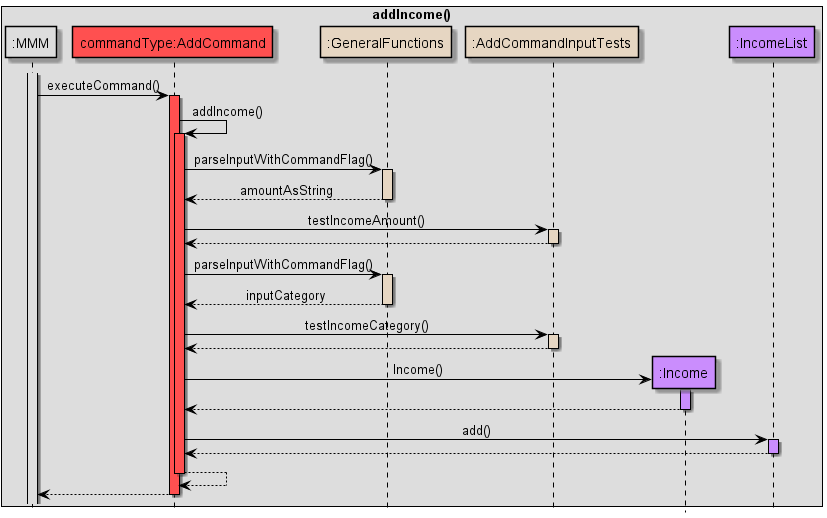
Above: docs/images/AddIncomeSequenceDiagram.png in nus-cs2113-AY2122S2/tp (PlantUML), before the change.
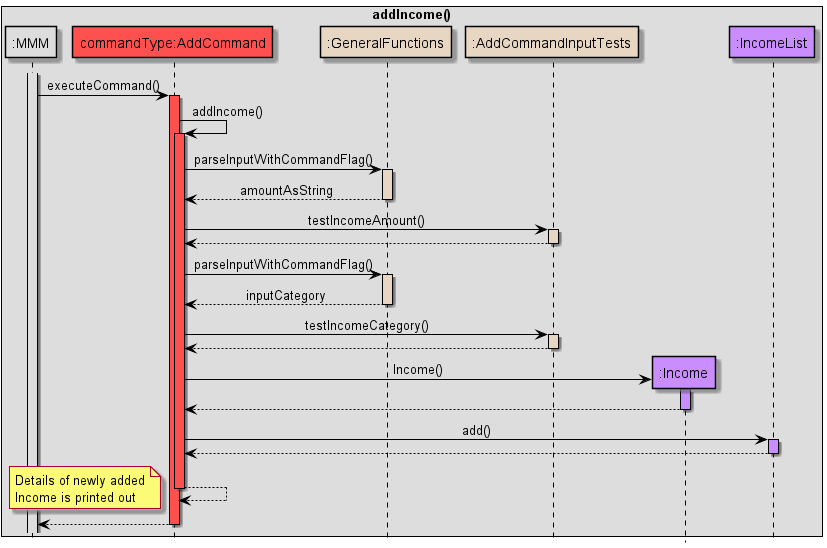
After the change.

Commit message:
Remove optional parameters and return values for neater sequence diagrams

Change to the diagram source:
```diff
@@ -61,6 +61,11 @@
 C --> C
 deactivate
 
+note left
+Details of newly added
+Income is printed out
+end note
+
 C --> MMM
 deactivate
 
```
